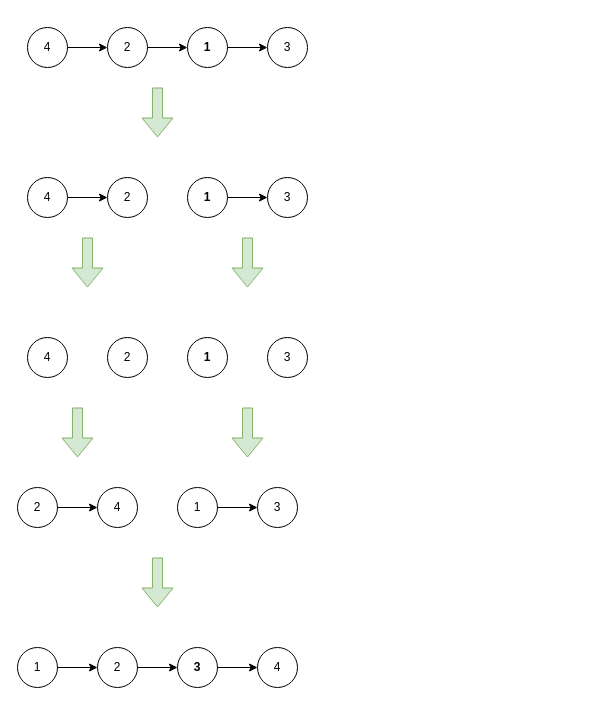
Earlier version of the draw.io diagram 排序链表.drawio (xiaoguzuiniu/drawio). Source tidied: cells renumbered, new cells numbered last; positions are measured from the earlier drawing's top-left corner, leaving out a move shared by most shapes. Both pictures are drawn from the tidied source at 100%, with x=0, y=0 at pixel (17, 27).
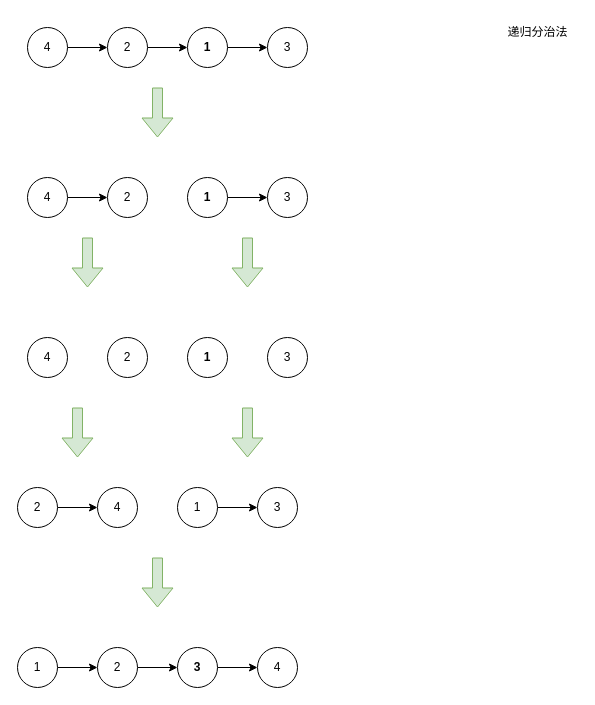
The same diagram, later.

Commit message (it also covers changes not shown here):
更新排序链表.drawio

Change to the diagram source:
```diff
@@
+    <mxCell id="38" value="递归分治法" style="text;html=1;align=center;verticalAlign=middle;strokeColor=none;fillColor=none;" parent="1" vertex="1">
+      <mxGeometry x="480" y="-10" width="80" height="30" as="geometry" />
+    </mxCell>
```
